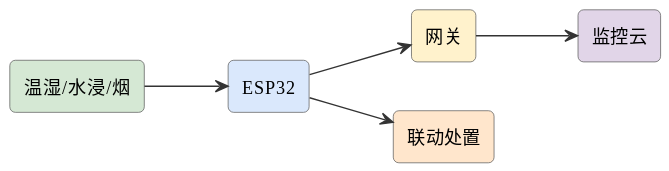
Above: assets/diagrams/ideas-fig112.svg in mingyi0818/IntelligentMcuCourse (PlantUML), before the change.
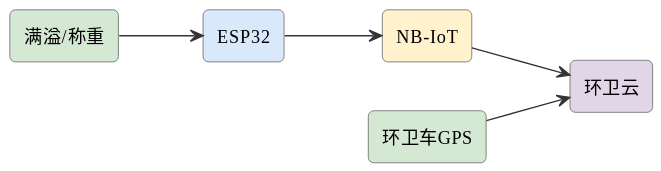
After the change.

Change to the diagram source:
```diff
@@ -6,13 +6,13 @@
 skinparam arrowFontSize 11
 skinparam arrowColor #333
 left to right direction
-rectangle "温湿/水浸/烟" as s #d5e8d4
+rectangle "满溢/称重" as fill #d5e8d4
 rectangle "ESP32" as esp #dae8fc
-rectangle "网关" as gw #fff2cc
-rectangle "联动处置" as act #ffe6cc
-rectangle "监控云" as cloud #e1d5e8
-s --> esp
-esp --> gw
-esp --> act
-gw --> cloud
+rectangle "NB-IoT" as nb #fff2cc
+rectangle "环卫车GPS" as gps #d5e8d4
+rectangle "环卫云" as cloud #e1d5e8
+fill --> esp
+esp --> nb
+nb --> cloud
+gps --> cloud
 @enduml
```
